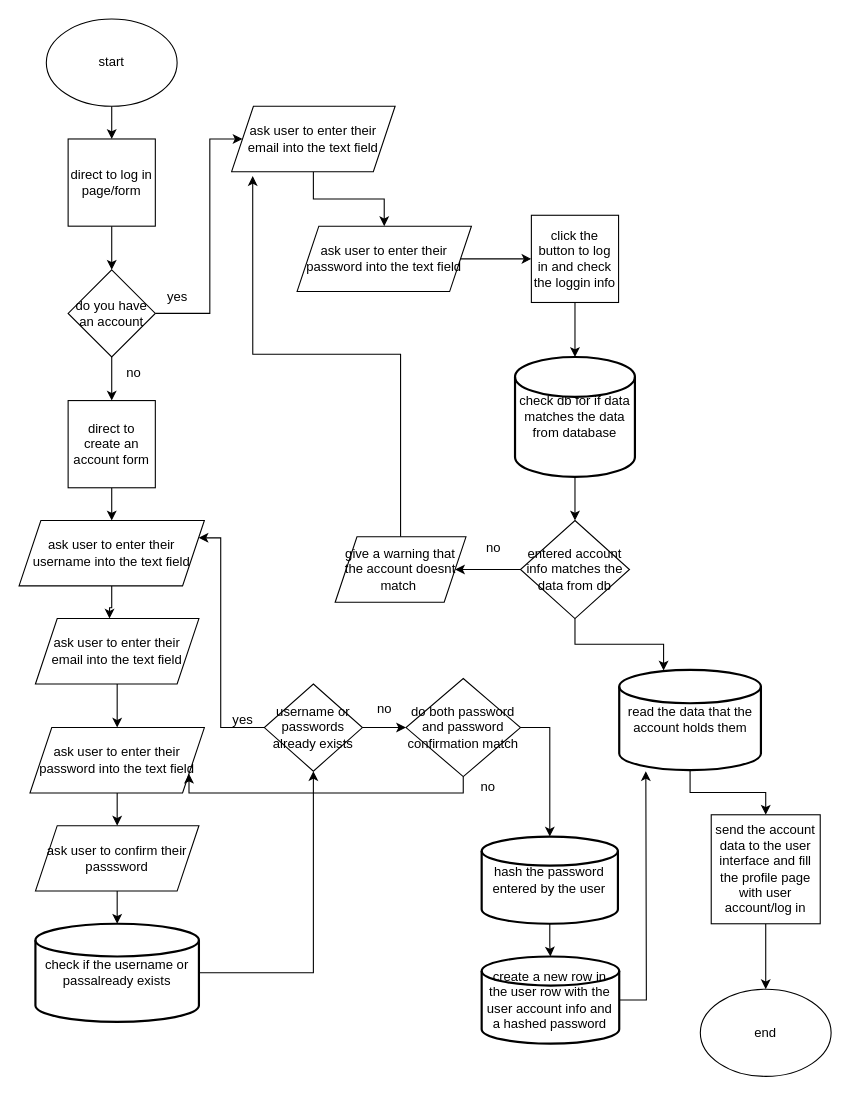
Earlier version of the draw.io diagram page "Login/registraction flow chart" (7 of 9) of Task_1/Untitled Diagram.drawio (VladislavPrisacaru/mock-zoo). Source tidied: cells renumbered, new cells numbered last; positions are measured from the earlier drawing's top-left corner, leaving out a move shared by most shapes. Both pictures are drawn from the tidied source at 109%, with x=0, y=0 at pixel (19, 19).
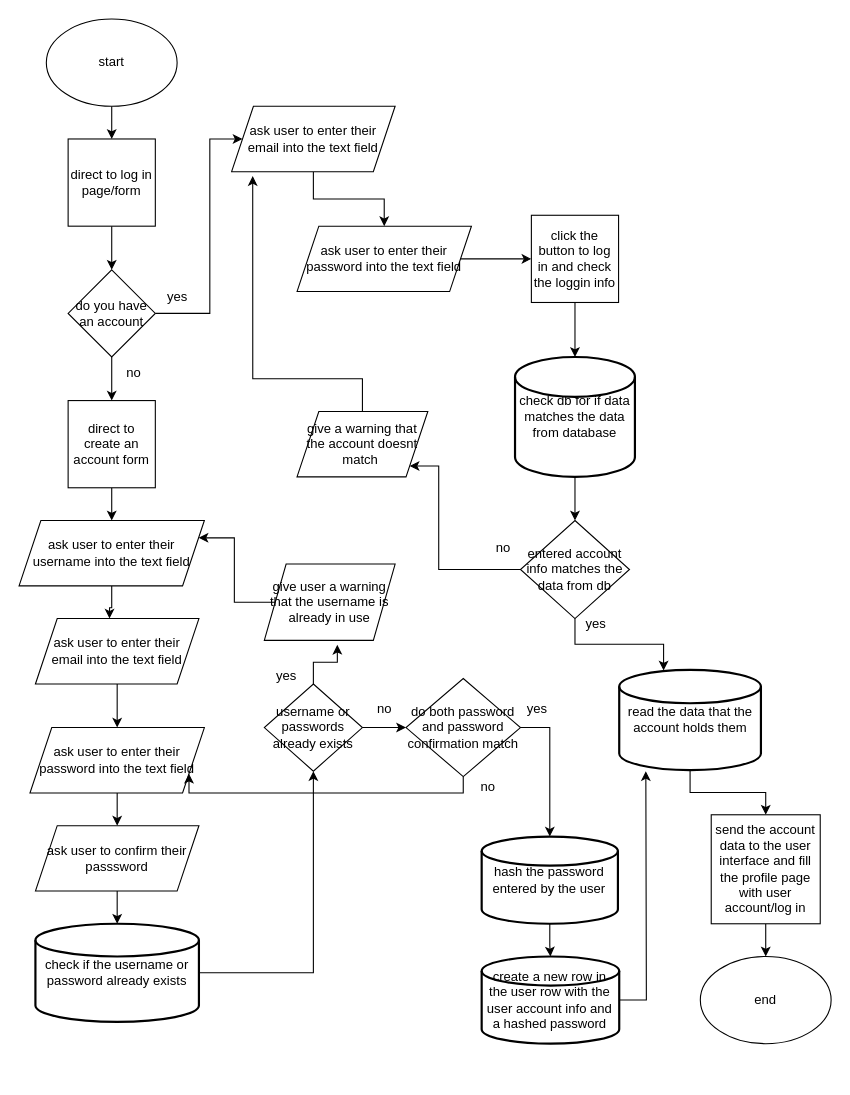
After the change.

The change refers to these unchanged cells:
```xml
<mxCell id="13" value="ask user to enter their email into the text field" style="shape=parallelogram;perimeter=parallelogramPerimeter;whiteSpace=wrap;html=1;fixedSize=1;" parent="1" vertex="1">
  <mxGeometry x="195" y="80" width="150" height="60" as="geometry" />
</mxCell>
<mxCell id="23" value="entered account info matches the data from db" style="rhombus;whiteSpace=wrap;html=1;" parent="1" vertex="1">
  <mxGeometry x="460" y="460" width="100" height="90" as="geometry" />
</mxCell>
<mxCell id="28" value="ask user to enter their username into the text field" style="shape=parallelogram;perimeter=parallelogramPerimeter;whiteSpace=wrap;html=1;fixedSize=1;" parent="1" vertex="1">
  <mxGeometry y="460" width="170" height="60" as="geometry" />
</mxCell>
<mxCell id="39" value="username or passwords already exists" style="rhombus;whiteSpace=wrap;html=1;" parent="1" vertex="1">
  <mxGeometry x="225" y="610" width="90" height="80" as="geometry" />
</mxCell>
```

The edit, as a diff of the source:
```diff
@@
     <mxCell id="21" style="edgeStyle=orthogonalEdgeStyle;rounded=0;jettySize=auto;html=1;" parent="1" edge="1" source="23" target="25">
-      <mxGeometry relative="1" as="geometry" />
+      <mxGeometry relative="1" as="geometry">
+        <Array as="points">
+          <mxPoint x="385" y="505" />
+          <mxPoint x="385" y="410" />
+        </Array>
+      </mxGeometry>
     </mxCell>
@@
-    <mxCell id="24" style="edgeStyle=orthogonalEdgeStyle;rounded=0;jettySize=auto;html=1;entryX=0.129;entryY=1.067;entryDx=0;entryDy=0;entryPerimeter=0;" parent="1" edge="1" source="25" target="13">
-      <mxGeometry relative="1" as="geometry" />
+    <mxCell id="24" style="edgeStyle=orthogonalEdgeStyle;rounded=0;jettySize=auto;html=1;entryX=0.129;entryY=1.067;entryDx=0;entryDy=0;entryPerimeter=0;exitX=0.5;exitY=0;exitDx=0;exitDy=0;" parent="1" edge="1" source="25" target="13">
+      <mxGeometry relative="1" as="geometry">
+        <Array as="points">
+          <mxPoint x="315" y="330" />
+          <mxPoint x="214" y="330" />
+        </Array>
+      </mxGeometry>
     </mxCell>
     <mxCell id="25" value="give a warning that the account doesnt match&amp;nbsp;" style="shape=parallelogram;perimeter=parallelogramPerimeter;whiteSpace=wrap;html=1;fixedSize=1;" parent="1" vertex="1">
-      <mxGeometry x="290" y="475" width="120" height="60" as="geometry" />
+      <mxGeometry x="255" y="360" width="120" height="60" as="geometry" />
     </mxCell>
-    <mxCell id="26" value="no" style="text;html=1;align=center;verticalAlign=middle;strokeColor=none;fillColor=none;" parent="1" vertex="1">
-      <mxGeometry x="415" y="470" width="40" height="30" as="geometry" />
-    </mxCell>
@@
-    <mxCell id="36" value="check if the username or passalready exists" style="strokeWidth=2;html=1;shape=mxgraph.flowchart.database;whiteSpace=wrap;" parent="1" vertex="1">
+    <mxCell id="36" value="check if the username or password already exists" style="strokeWidth=2;html=1;shape=mxgraph.flowchart.database;whiteSpace=wrap;" parent="1" vertex="1">
       <mxGeometry x="15" y="830" width="150" height="90" as="geometry" />
     </mxCell>
-    <mxCell id="37" style="edgeStyle=orthogonalEdgeStyle;rounded=0;jettySize=auto;html=1;entryX=1;entryY=0.25;entryDx=0;entryDy=0;" parent="1" edge="1" source="39" target="28">
-      <mxGeometry relative="1" as="geometry">
-        <Array as="points">
-          <mxPoint x="185" y="650" />
-          <mxPoint x="185" y="476" />
-        </Array>
-      </mxGeometry>
-    </mxCell>
@@
+    <mxCell id="55" style="edgeStyle=orthogonalEdgeStyle;rounded=0;jettySize=auto;html=1;entryX=0.558;entryY=1.058;entryDx=0;entryDy=0;entryPerimeter=0;" parent="1" edge="1" source="39" target="59">
+      <mxGeometry relative="1" as="geometry" />
+    </mxCell>
@@
     <mxCell id="40" value="yes" style="text;html=1;align=center;verticalAlign=middle;strokeColor=none;fillColor=none;" parent="1" vertex="1">
-      <mxGeometry x="185" y="628" width="40" height="30" as="geometry" />
+      <mxGeometry x="225" y="588" width="40" height="30" as="geometry" />
     </mxCell>
@@
     <mxCell id="54" value="end" style="ellipse;whiteSpace=wrap;html=1;" parent="1" vertex="1">
-      <mxGeometry x="625" y="890" width="120" height="80" as="geometry" />
+      <mxGeometry x="625" y="860" width="120" height="80" as="geometry" />
     </mxCell>
+    <mxCell id="56" value="yes" style="text;html=1;align=center;verticalAlign=middle;strokeColor=none;fillColor=none;" parent="1" vertex="1">
+      <mxGeometry x="509.4" y="540" width="40" height="30" as="geometry" />
+    </mxCell>
+    <mxCell id="57" value="yes" style="text;html=1;align=center;verticalAlign=middle;strokeColor=none;fillColor=none;" parent="1" vertex="1">
+      <mxGeometry x="455" y="618" width="40" height="30" as="geometry" />
+    </mxCell>
+    <mxCell id="58" style="edgeStyle=orthogonalEdgeStyle;rounded=0;jettySize=auto;html=1;entryX=1;entryY=0.25;entryDx=0;entryDy=0;" parent="1" edge="1" source="59" target="28">
+      <mxGeometry relative="1" as="geometry" />
+    </mxCell>
+    <mxCell id="59" value="give user a warning that the username is already in use" style="shape=parallelogram;perimeter=parallelogramPerimeter;whiteSpace=wrap;html=1;fixedSize=1;" parent="1" vertex="1">
+      <mxGeometry x="225" y="500" width="120" height="70" as="geometry" />
+    </mxCell>
+    <mxCell id="26" value="no" style="text;html=1;align=center;verticalAlign=middle;strokeColor=none;fillColor=none;" parent="1" vertex="1">
+      <mxGeometry x="424.4" y="470" width="40" height="30" as="geometry" />
+    </mxCell>
```
